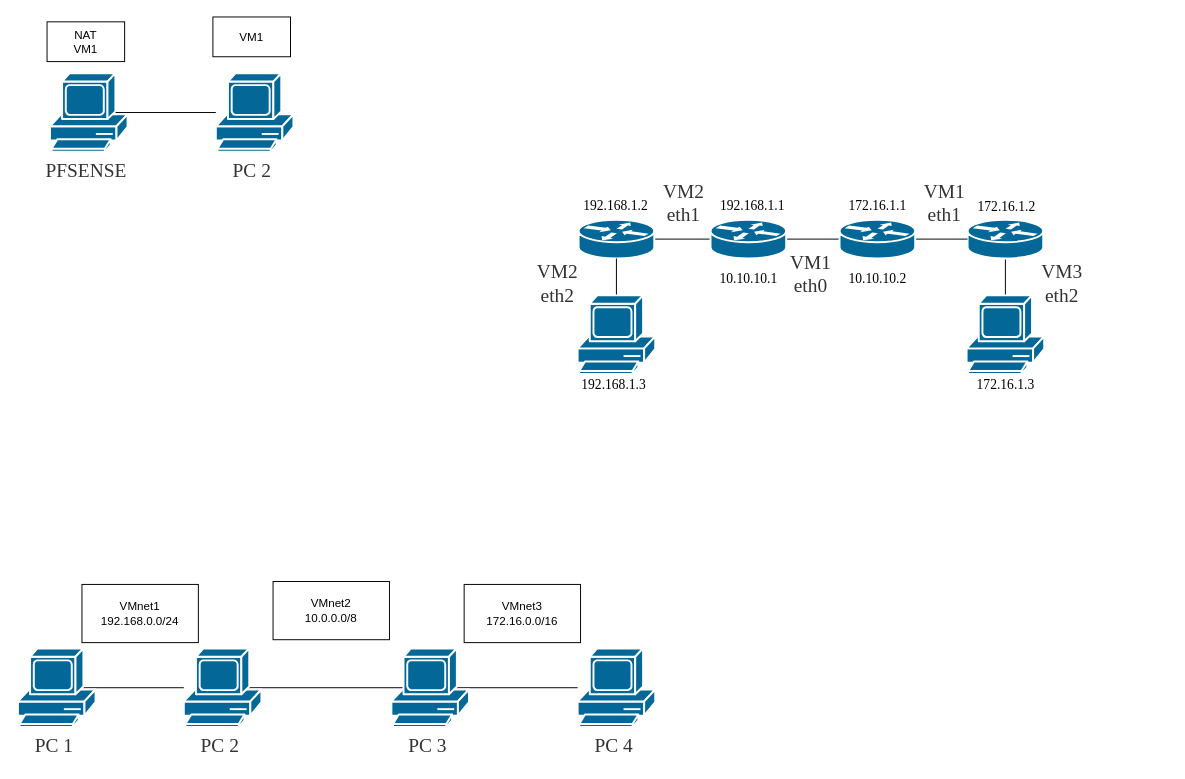
Above: page "DLP" (5 of 6) of Untitled Diagram.drawio in knorke102/schemes (draw.io), before the change. Source tidied: cells renumbered, new cells numbered last; positions are measured from the earlier drawing's top-left corner, leaving out a move shared by most shapes. Both pictures are drawn from the tidied source at 97%, with x=0, y=0 at pixel (17, 16).
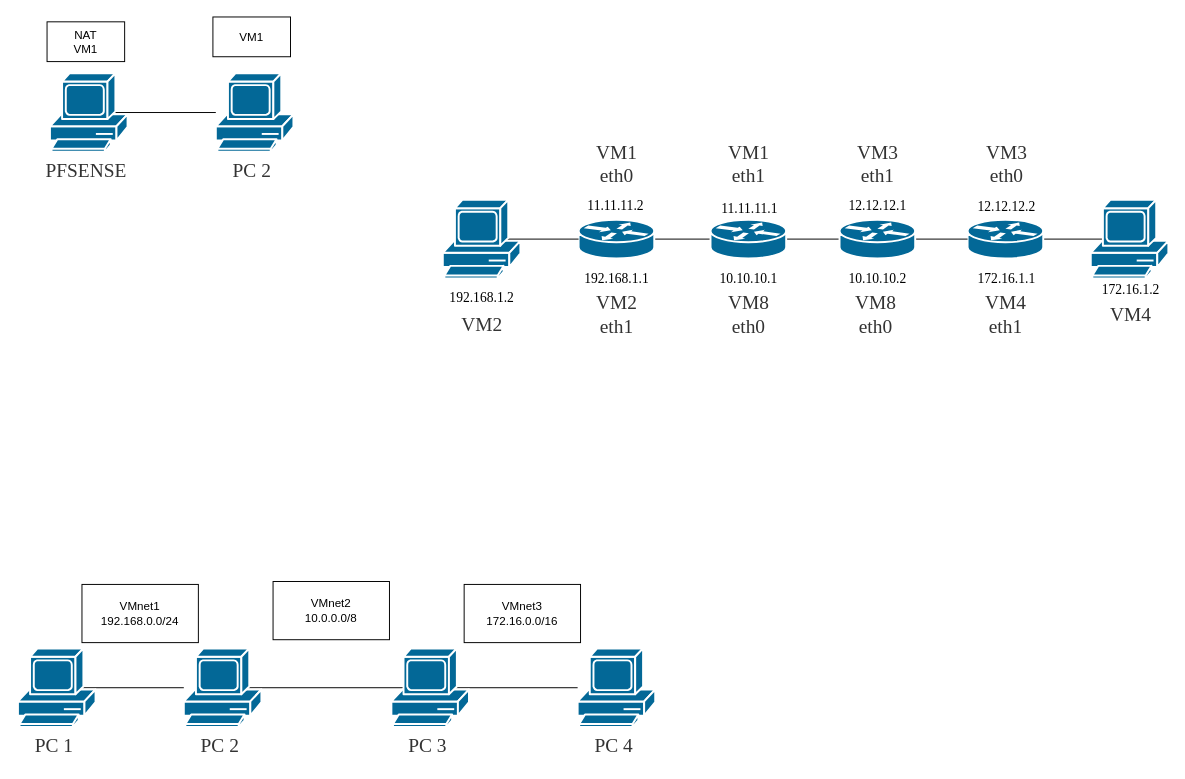
The same diagram, later.

Unchanged cells that the change refers to:
```xml
<mxCell id="24" style="shape=mxgraph.cisco.routers.router;html=1;dashed=0;fillColor=#036897;strokeColor=#ffffff;strokeWidth=2;verticalLabelPosition=bottom;verticalAlign=top;align=center;outlineConnect=0;rounded=0;" parent="1" vertex="1">
  <mxGeometry x="578" y="209" width="78" height="40" as="geometry" />
</mxCell>
<mxCell id="28" style="shape=mxgraph.cisco.routers.router;html=1;dashed=0;fillColor=#036897;strokeColor=#ffffff;strokeWidth=2;verticalLabelPosition=bottom;verticalAlign=top;align=center;outlineConnect=0;rounded=0;" parent="1" vertex="1">
  <mxGeometry x="979" y="209" width="78" height="40" as="geometry" />
</mxCell>
```

The edit, as a diff of the source:
```diff
@@
-    <mxCell id="25" style="edgeStyle=orthogonalEdgeStyle;rounded=0;jettySize=auto;html=1;exitX=0.5;exitY=0;exitDx=0;exitDy=0;exitPerimeter=0;entryX=0.5;entryY=1;entryDx=0;entryDy=0;entryPerimeter=0;endArrow=none;endFill=0;" parent="1" edge="1" source="26" target="24">
+    <mxCell id="25" style="edgeStyle=orthogonalEdgeStyle;rounded=0;jettySize=auto;html=1;exitX=0.83;exitY=0.5;exitDx=0;exitDy=0;exitPerimeter=0;entryX=0;entryY=0.5;entryDx=0;entryDy=0;entryPerimeter=0;fontSize=14;endArrow=none;endFill=0;" parent="1" edge="1" source="26" target="24">
       <mxGeometry relative="1" as="geometry" />
     </mxCell>
     <mxCell id="26" style="shape=mxgraph.cisco.computers_and_peripherals.pc;html=1;dashed=0;fillColor=#036897;strokeColor=#ffffff;strokeWidth=2;verticalLabelPosition=bottom;verticalAlign=top;align=center;outlineConnect=0;rounded=0;" parent="1" vertex="1">
-      <mxGeometry x="577" y="287" width="80" height="81" as="geometry" />
+      <mxGeometry x="438" y="188.5" width="80" height="81" as="geometry" />
     </mxCell>
-    <mxCell id="27" style="edgeStyle=orthogonalEdgeStyle;rounded=0;jettySize=auto;html=1;exitX=0.5;exitY=1;exitDx=0;exitDy=0;exitPerimeter=0;entryX=0.5;entryY=0;entryDx=0;entryDy=0;entryPerimeter=0;endArrow=none;endFill=0;" parent="1" edge="1" source="28" target="29">
+    <mxCell id="27" style="edgeStyle=orthogonalEdgeStyle;rounded=0;jettySize=auto;html=1;exitX=1;exitY=0.5;exitDx=0;exitDy=0;exitPerimeter=0;entryX=0.16;entryY=0.5;entryDx=0;entryDy=0;entryPerimeter=0;fontSize=14;endArrow=none;endFill=0;" parent="1" edge="1" source="28" target="29">
       <mxGeometry relative="1" as="geometry" />
     </mxCell>
@@
     <mxCell id="29" style="shape=mxgraph.cisco.computers_and_peripherals.pc;html=1;dashed=0;fillColor=#036897;strokeColor=#ffffff;strokeWidth=2;verticalLabelPosition=bottom;verticalAlign=top;align=center;outlineConnect=0;rounded=0;" parent="1" vertex="1">
-      <mxGeometry x="978" y="287" width="80" height="81" as="geometry" />
+      <mxGeometry x="1106" y="188.5" width="80" height="81" as="geometry" />
     </mxCell>
@@
-    <mxCell id="34" value="&lt;font color=&quot;#333333&quot;&gt;&lt;span style=&quot;background-color: rgb(255, 255, 255);&quot;&gt;VM1&lt;br&gt;eth0&lt;br&gt;&lt;/span&gt;&lt;/font&gt;" style="text;html=1;align=center;verticalAlign=middle;strokeColor=none;fillColor=none;fontFamily=Times New Roman;fontSize=20;rounded=0;" parent="1" vertex="1">
-      <mxGeometry x="787" y="234" width="60" height="60" as="geometry" />
+    <mxCell id="34" value="&lt;font color=&quot;#333333&quot;&gt;&lt;span style=&quot;background-color: rgb(255, 255, 255);&quot;&gt;VM8&lt;br&gt;eth0&lt;br&gt;&lt;/span&gt;&lt;/font&gt;" style="text;html=1;align=center;verticalAlign=middle;strokeColor=none;fillColor=none;fontFamily=Times New Roman;fontSize=20;rounded=0;" parent="1" vertex="1">
+      <mxGeometry x="723" y="276" width="60" height="60" as="geometry" />
     </mxCell>
-    <mxCell id="35" value="&lt;font color=&quot;#333333&quot;&gt;&lt;span style=&quot;background-color: rgb(255, 255, 255);&quot;&gt;VM2&lt;br&gt;eth1&lt;br&gt;&lt;/span&gt;&lt;/font&gt;" style="text;html=1;align=center;verticalAlign=middle;strokeColor=none;fillColor=none;fontFamily=Times New Roman;fontSize=20;rounded=0;" parent="1" vertex="1">
-      <mxGeometry x="655.5" y="161" width="60" height="60" as="geometry" />
+    <mxCell id="35" value="&lt;font color=&quot;#333333&quot;&gt;&lt;span style=&quot;background-color: rgb(255, 255, 255);&quot;&gt;VM1&lt;br&gt;eth1&lt;br&gt;&lt;/span&gt;&lt;/font&gt;" style="text;html=1;align=center;verticalAlign=middle;strokeColor=none;fillColor=none;fontFamily=Times New Roman;fontSize=20;rounded=0;" parent="1" vertex="1">
+      <mxGeometry x="723" y="121" width="60" height="60" as="geometry" />
     </mxCell>
-    <mxCell id="36" value="&lt;font color=&quot;#333333&quot;&gt;&lt;span style=&quot;background-color: rgb(255, 255, 255);&quot;&gt;VM2&lt;br&gt;eth2&lt;br&gt;&lt;/span&gt;&lt;/font&gt;" style="text;html=1;align=center;verticalAlign=middle;strokeColor=none;fillColor=none;fontFamily=Times New Roman;fontSize=20;rounded=0;" parent="1" vertex="1">
-      <mxGeometry x="525.5" y="244" width="60" height="60" as="geometry" />
+    <mxCell id="36" value="&lt;font color=&quot;#333333&quot;&gt;&lt;span style=&quot;background-color: rgb(255, 255, 255);&quot;&gt;VM2&lt;br&gt;eth1&lt;br&gt;&lt;/span&gt;&lt;/font&gt;" style="text;html=1;align=center;verticalAlign=middle;strokeColor=none;fillColor=none;fontFamily=Times New Roman;fontSize=20;rounded=0;" parent="1" vertex="1">
+      <mxGeometry x="587" y="276" width="60" height="60" as="geometry" />
     </mxCell>
-    <mxCell id="37" value="&lt;font color=&quot;#333333&quot;&gt;&lt;span style=&quot;background-color: rgb(255, 255, 255);&quot;&gt;VM1&lt;br&gt;eth1&lt;br&gt;&lt;/span&gt;&lt;/font&gt;" style="text;html=1;align=center;verticalAlign=middle;strokeColor=none;fillColor=none;fontFamily=Times New Roman;fontSize=20;rounded=0;" parent="1" vertex="1">
-      <mxGeometry x="925" y="161" width="60" height="60" as="geometry" />
+    <mxCell id="37" value="&lt;font color=&quot;#333333&quot;&gt;&lt;span style=&quot;background-color: rgb(255, 255, 255);&quot;&gt;VM3&lt;br&gt;eth1&lt;br&gt;&lt;/span&gt;&lt;/font&gt;" style="text;html=1;align=center;verticalAlign=middle;strokeColor=none;fillColor=none;fontFamily=Times New Roman;fontSize=20;rounded=0;" parent="1" vertex="1">
+      <mxGeometry x="856" y="121" width="60" height="60" as="geometry" />
     </mxCell>
-    <mxCell id="38" value="&lt;font color=&quot;#333333&quot;&gt;&lt;span style=&quot;background-color: rgb(255, 255, 255);&quot;&gt;VM3&lt;br&gt;eth2&lt;br&gt;&lt;/span&gt;&lt;/font&gt;" style="text;html=1;align=center;verticalAlign=middle;strokeColor=none;fillColor=none;fontFamily=Times New Roman;fontSize=20;rounded=0;" parent="1" vertex="1">
-      <mxGeometry x="1046" y="244" width="60" height="60" as="geometry" />
-    </mxCell>
@@
     <mxCell id="41" value="&lt;font style=&quot;font-size: 14px;&quot;&gt;192.168.1.1&lt;/font&gt;" style="text;html=1;align=center;verticalAlign=middle;strokeColor=none;fillColor=none;fontFamily=Times New Roman;fontSize=20;rounded=0;" parent="1" vertex="1">
-      <mxGeometry x="714" y="173" width="85" height="36" as="geometry" />
+      <mxGeometry x="574.5" y="249" width="85" height="36" as="geometry" />
     </mxCell>
-    <mxCell id="42" value="&lt;font style=&quot;font-size: 14px;&quot;&gt;192.168.1.3&lt;/font&gt;" style="text;html=1;align=center;verticalAlign=middle;strokeColor=none;fillColor=none;fontFamily=Times New Roman;fontSize=20;rounded=0;" parent="1" vertex="1">
-      <mxGeometry x="571.5" y="358" width="85" height="36" as="geometry" />
-    </mxCell>
     <mxCell id="43" value="&lt;font style=&quot;font-size: 14px;&quot;&gt;192.168.1.2&lt;/font&gt;" style="text;html=1;align=center;verticalAlign=middle;strokeColor=none;fillColor=none;fontFamily=Times New Roman;fontSize=20;rounded=0;" parent="1" vertex="1">
-      <mxGeometry x="573.5" y="173" width="85" height="36" as="geometry" />
+      <mxGeometry x="435.5" y="268" width="85" height="36" as="geometry" />
     </mxCell>
-    <mxCell id="44" value="&lt;font style=&quot;font-size: 14px;&quot;&gt;172.16.1.1&lt;/font&gt;" style="text;html=1;align=center;verticalAlign=middle;strokeColor=none;fillColor=none;fontFamily=Times New Roman;fontSize=20;rounded=0;" parent="1" vertex="1">
+    <mxCell id="44" value="&lt;font style=&quot;font-size: 14px;&quot;&gt;12.12.12.1&lt;/font&gt;" style="text;html=1;align=center;verticalAlign=middle;strokeColor=none;fillColor=none;fontFamily=Times New Roman;fontSize=20;rounded=0;" parent="1" vertex="1">
       <mxGeometry x="847" y="173" width="78" height="36" as="geometry" />
     </mxCell>
-    <mxCell id="45" value="&lt;font style=&quot;font-size: 14px;&quot;&gt;172.16.1.2&lt;/font&gt;" style="text;html=1;align=center;verticalAlign=middle;strokeColor=none;fillColor=none;fontFamily=Times New Roman;fontSize=20;rounded=0;" parent="1" vertex="1">
+    <mxCell id="45" value="&lt;font style=&quot;font-size: 14px;&quot;&gt;12.12.12.2&lt;/font&gt;" style="text;html=1;align=center;verticalAlign=middle;strokeColor=none;fillColor=none;fontFamily=Times New Roman;fontSize=20;rounded=0;" parent="1" vertex="1">
       <mxGeometry x="980" y="175" width="78" height="36" as="geometry" />
     </mxCell>
-    <mxCell id="46" value="&lt;font style=&quot;font-size: 14px;&quot;&gt;172.16.1.3&lt;/font&gt;" style="text;html=1;align=center;verticalAlign=middle;strokeColor=none;fillColor=none;fontFamily=Times New Roman;fontSize=20;rounded=0;" parent="1" vertex="1">
-      <mxGeometry x="979" y="358" width="78" height="36" as="geometry" />
-    </mxCell>
+    <mxCell id="47" value="&lt;font color=&quot;#333333&quot;&gt;&lt;span style=&quot;background-color: rgb(255, 255, 255);&quot;&gt;VM8&lt;br&gt;eth0&lt;br&gt;&lt;/span&gt;&lt;/font&gt;" style="text;html=1;align=center;verticalAlign=middle;strokeColor=none;fillColor=none;fontFamily=Times New Roman;fontSize=20;rounded=0;" parent="1" vertex="1">
+      <mxGeometry x="854" y="276" width="60" height="60" as="geometry" />
+    </mxCell>
+    <mxCell id="48" value="&lt;font style=&quot;font-size: 14px;&quot;&gt;11.11.11.1&lt;/font&gt;" style="text;html=1;align=center;verticalAlign=middle;strokeColor=none;fillColor=none;fontFamily=Times New Roman;fontSize=20;rounded=0;" parent="1" vertex="1">
+      <mxGeometry x="715.5" y="177" width="76" height="36" as="geometry" />
+    </mxCell>
+    <mxCell id="49" value="&lt;font color=&quot;#333333&quot;&gt;&lt;span style=&quot;background-color: rgb(255, 255, 255);&quot;&gt;VM2&lt;br&gt;&lt;br&gt;&lt;/span&gt;&lt;/font&gt;" style="text;html=1;align=center;verticalAlign=middle;strokeColor=none;fillColor=none;fontFamily=Times New Roman;fontSize=20;rounded=0;" parent="1" vertex="1">
+      <mxGeometry x="448" y="298" width="60" height="60" as="geometry" />
+    </mxCell>
+    <mxCell id="50" value="&lt;font style=&quot;font-size: 14px;&quot;&gt;11.11.11.2&lt;/font&gt;" style="text;html=1;align=center;verticalAlign=middle;strokeColor=none;fillColor=none;fontFamily=Times New Roman;fontSize=20;rounded=0;" parent="1" vertex="1">
+      <mxGeometry x="578" y="173" width="76" height="36" as="geometry" />
+    </mxCell>
+    <mxCell id="51" value="&lt;font color=&quot;#333333&quot;&gt;&lt;span style=&quot;background-color: rgb(255, 255, 255);&quot;&gt;VM1&lt;br&gt;eth0&lt;br&gt;&lt;/span&gt;&lt;/font&gt;" style="text;html=1;align=center;verticalAlign=middle;strokeColor=none;fillColor=none;fontFamily=Times New Roman;fontSize=20;rounded=0;" parent="1" vertex="1">
+      <mxGeometry x="587" y="121" width="60" height="60" as="geometry" />
+    </mxCell>
+    <mxCell id="52" value="&lt;font color=&quot;#333333&quot;&gt;&lt;span style=&quot;background-color: rgb(255, 255, 255);&quot;&gt;VM3&lt;br&gt;eth0&lt;br&gt;&lt;/span&gt;&lt;/font&gt;" style="text;html=1;align=center;verticalAlign=middle;strokeColor=none;fillColor=none;fontFamily=Times New Roman;fontSize=20;rounded=0;" parent="1" vertex="1">
+      <mxGeometry x="989" y="121" width="60" height="60" as="geometry" />
+    </mxCell>
+    <mxCell id="53" value="&lt;font color=&quot;#333333&quot;&gt;&lt;span style=&quot;background-color: rgb(255, 255, 255);&quot;&gt;VM4&lt;br&gt;eth1&lt;br&gt;&lt;/span&gt;&lt;/font&gt;" style="text;html=1;align=center;verticalAlign=middle;strokeColor=none;fillColor=none;fontFamily=Times New Roman;fontSize=20;rounded=0;" parent="1" vertex="1">
+      <mxGeometry x="988" y="276" width="60" height="60" as="geometry" />
+    </mxCell>
+    <mxCell id="54" value="&lt;font style=&quot;font-size: 14px;&quot;&gt;172.16.1.1&lt;/font&gt;" style="text;html=1;align=center;verticalAlign=middle;strokeColor=none;fillColor=none;fontFamily=Times New Roman;fontSize=20;rounded=0;" parent="1" vertex="1">
+      <mxGeometry x="979.5" y="249" width="78" height="36" as="geometry" />
+    </mxCell>
+    <mxCell id="55" value="&lt;font style=&quot;font-size: 14px;&quot;&gt;172.16.1.2&lt;/font&gt;" style="text;html=1;align=center;verticalAlign=middle;strokeColor=none;fillColor=none;fontFamily=Times New Roman;fontSize=20;rounded=0;" parent="1" vertex="1">
+      <mxGeometry x="1107.5" y="260" width="78" height="36" as="geometry" />
+    </mxCell>
+    <mxCell id="56" value="&lt;font color=&quot;#333333&quot;&gt;&lt;span style=&quot;background-color: rgb(255, 255, 255);&quot;&gt;VM4&lt;br&gt;&lt;/span&gt;&lt;/font&gt;" style="text;html=1;align=center;verticalAlign=middle;strokeColor=none;fillColor=none;fontFamily=Times New Roman;fontSize=20;rounded=0;" parent="1" vertex="1">
+      <mxGeometry x="1116.5" y="288" width="60" height="36" as="geometry" />
+    </mxCell>
```
